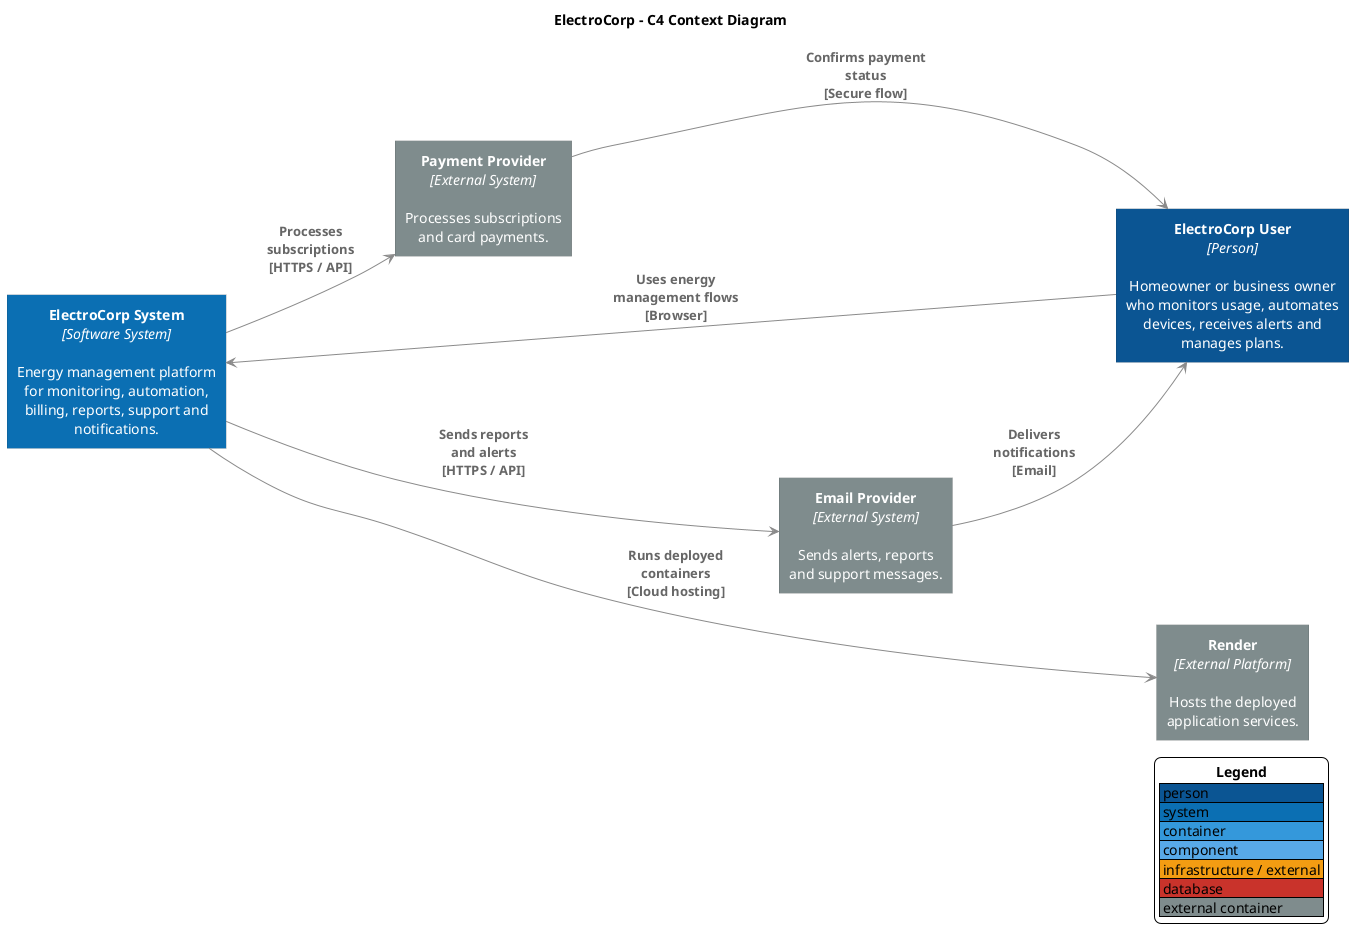
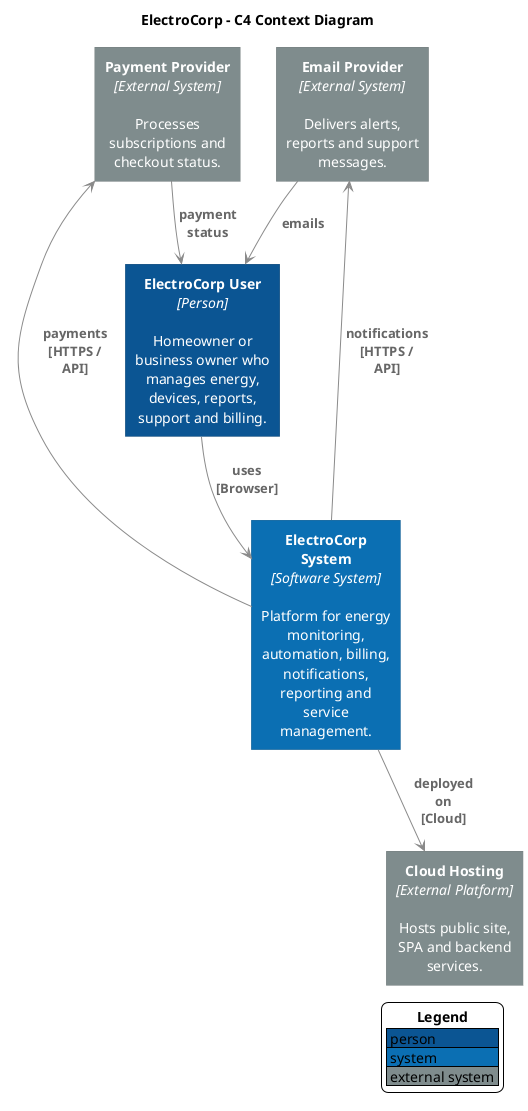
@startuml
skinparam backgroundColor #FFFFFF
skinparam shadowing false
skinparam defaultFontName Arial
skinparam defaultTextAlignment center
- skinparam wrapWidth 220
- skinparam maxMessageSize 130
- skinparam nodesep 70
- skinparam ranksep 80
+ skinparam wrapWidth 135
+ skinparam maxMessageSize 70
+ skinparam nodesep 35
+ skinparam ranksep 45
skinparam ArrowColor #8A8A8A
skinparam ArrowFontColor #666666
skinparam ArrowFontStyle bold
skinparam ArrowThickness 1
skinparam rectangleRoundCorner 0
skinparam rectangleBorderThickness 0
skinparam rectangleFontColor #FFFFFF
skinparam rectangleFontStyle plain
skinparam rectangle {
  BorderThickness 0
-   MinimumWidth 190
-   Padding 12
+   MinimumWidth 155
+   Padding 8
}
- skinparam database {
-   MinimumWidth 210
-   Padding 12
- }
- skinparam rectangle<<SystemBoundary>> {
-   BackgroundColor transparent
-   BorderColor #4A4A4A
-   BorderThickness 2
-   BorderStyle dashed
-   FontColor #333333
-   FontStyle bold
-   MinimumWidth 760
-   Padding 18
- }
- skinparam rectangle<<BoundedContext>> {
-   BackgroundColor transparent
-   BorderColor #4A4A4A
-   BorderThickness 2
-   BorderStyle dashed
-   FontColor #333333
-   FontStyle bold
-   MinimumWidth 760
-   Padding 18
- }
- skinparam databaseBackgroundColor #C9332B
- skinparam databaseBorderColor #C9332B
- skinparam databaseFontColor #FFFFFF
- skinparam databaseFontStyle plain
hide stereotype
- left to right direction
+ top to bottom direction

title ElectroCorp - C4 Context Diagram

- rectangle "<b>ElectroCorp User</b>\n<i>[Person]</i>\n\nHomeowner or business owner who monitors usage, automates devices, receives alerts and manages plans." as User #0B5593
+ rectangle "<b>ElectroCorp User</b>\n<i>[Person]</i>\n\nHomeowner or business owner who manages energy, devices, reports, support and billing." as User #0B5593

- rectangle "<b>ElectroCorp System</b>\n<i>[Software System]</i>\n\nEnergy management platform for monitoring, automation, billing, reports, support and notifications." as ElectroCorp #0B6FB3
+ rectangle "<b>ElectroCorp System</b>\n<i>[Software System]</i>\n\nPlatform for energy monitoring, automation, billing, notifications, reporting and service management." as System #0B6FB3

- rectangle "<b>Payment Provider</b>\n<i>[External System]</i>\n\nProcesses subscriptions\nand card payments." as Payment #7F8C8D
- rectangle "<b>Email Provider</b>\n<i>[External System]</i>\n\nSends alerts, reports\nand support messages." as Mail #7F8C8D
- rectangle "<b>Render</b>\n<i>[External Platform]</i>\n\nHosts the deployed\napplication services." as Render #7F8C8D
+ rectangle "<b>Payment Provider</b>\n<i>[External System]</i>\n\nProcesses subscriptions and checkout status." as Payment #7F8C8D
+ rectangle "<b>Email Provider</b>\n<i>[External System]</i>\n\nDelivers alerts, reports and support messages." as Mail #7F8C8D
+ rectangle "<b>Cloud Hosting</b>\n<i>[External Platform]</i>\n\nHosts public site, SPA and backend services." as Hosting #7F8C8D

- User --> ElectroCorp : Uses energy\nmanagement flows\n[Browser]
- ElectroCorp --> Payment : Processes\nsubscriptions\n[HTTPS / API]
- ElectroCorp --> Mail : Sends reports\nand alerts\n[HTTPS / API]
- ElectroCorp --> Render : Runs deployed\ncontainers\n[Cloud hosting]
- Payment --> User : Confirms payment\nstatus\n[Secure flow]
- Mail --> User : Delivers notifications\n[Email]
+ User --> System : uses\n[Browser]
+ System --> Payment : payments\n[HTTPS / API]
+ System --> Mail : notifications\n[HTTPS / API]
+ System --> Hosting : deployed on\n[Cloud]
+ Payment --> User : payment status
+ Mail --> User : emails

- User -[hidden]down- Payment
- ElectroCorp -[hidden]right- Payment
- Payment -[hidden]down- Mail
- Mail -[hidden]down- Render
+ Payment -[hidden]right- Mail
+ Mail -[hidden]right- Hosting
+ User -[hidden]down- System
+ System -[hidden]down- Mail

legend right
  <b>Legend</b>
  |<#0B5593> person |
  |<#0B6FB3> system |
-   |<#3498DB> container |
-   |<#58A9E8> component |
-   |<#F39C12> infrastructure / external |
-   |<#C9332B> database |
-   |<#7F8C8D> external container |
+   |<#7F8C8D> external system |
endlegend

@enduml
